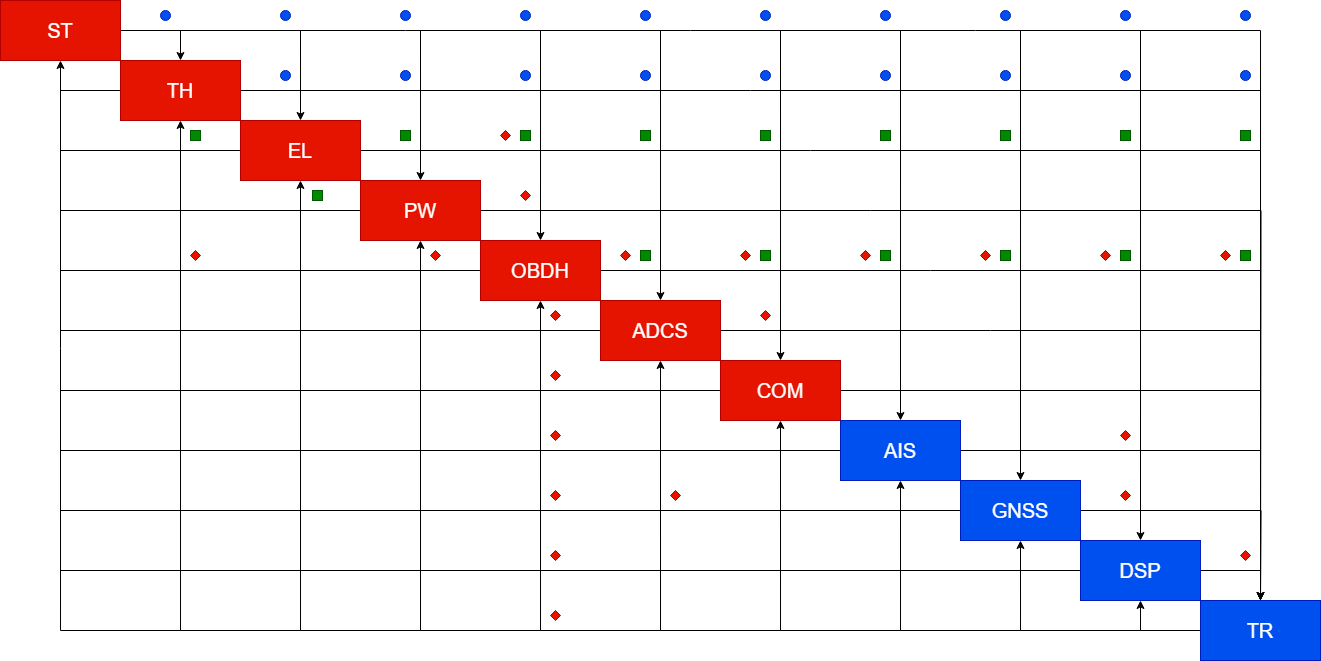
Above: interfaces.drawio.png in javijnb/LPRO_diagrams (draw.io), before the change. Source tidied: cells renumbered, new cells last; positions are measured from the earlier drawing's top-left corner, leaving out a move shared by most shapes.
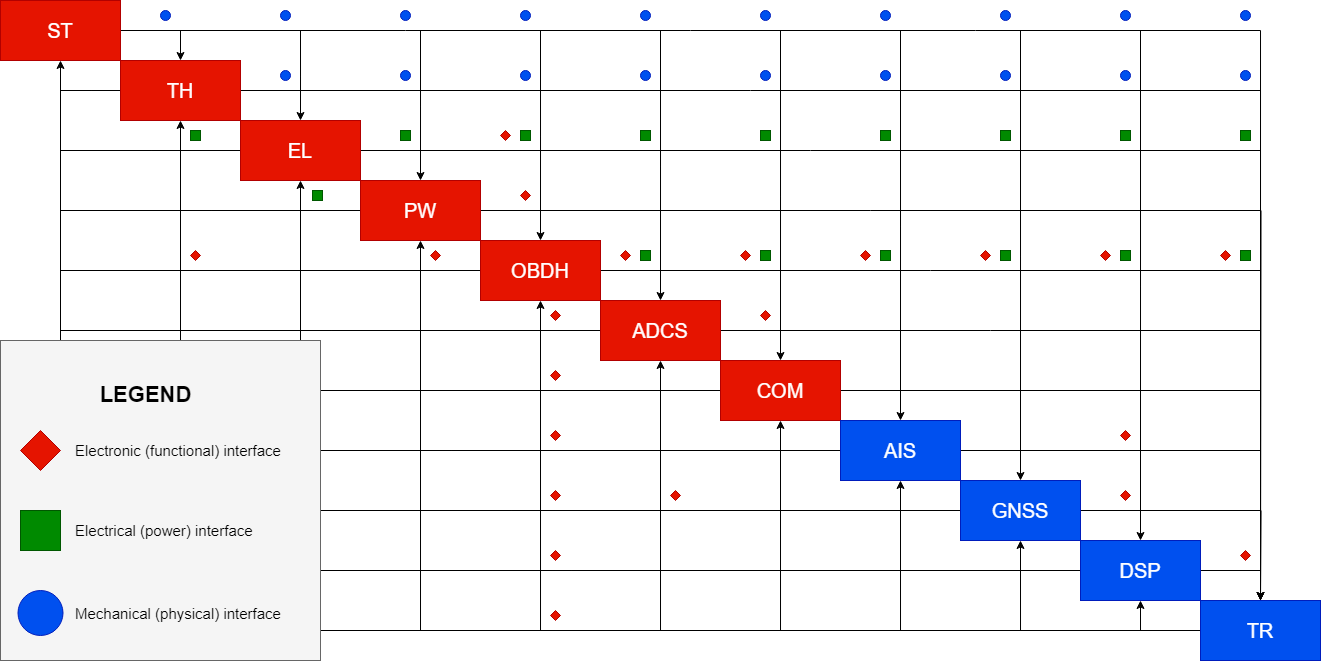
After the commit.

Diff of the diagram source:
```diff
@@ -357,5 +357,29 @@
     <mxCell id="106" style="whiteSpace=wrap;html=1;fillColor=#008a00;fontColor=#ffffff;strokeColor=#005700;" parent="1" vertex="1">
       <mxGeometry x="190" y="130" width="10" height="10" as="geometry" />
     </mxCell>
+    <mxCell id="107" style="whiteSpace=wrap;html=1;fillColor=#f5f5f5;fontColor=#333333;strokeColor=#666666;" parent="1" vertex="1">
+      <mxGeometry y="340" width="320" height="320" as="geometry" />
+    </mxCell>
+    <mxCell id="108" style="rhombus;whiteSpace=wrap;html=1;fillColor=#e51400;fontColor=#ffffff;strokeColor=#B20000;rotation=90;" parent="1" vertex="1">
+      <mxGeometry x="20" y="430" width="40" height="40" as="geometry" />
+    </mxCell>
+    <mxCell id="109" style="whiteSpace=wrap;html=1;fillColor=#008a00;fontColor=#ffffff;strokeColor=#005700;" parent="1" vertex="1">
+      <mxGeometry x="20" y="510" width="40" height="40" as="geometry" />
+    </mxCell>
+    <mxCell id="110" style="ellipse;whiteSpace=wrap;html=1;fillColor=#0050ef;fontColor=#ffffff;strokeColor=#001DBC;" parent="1" vertex="1">
+      <mxGeometry x="17.5" y="590" width="45" height="45" as="geometry" />
+    </mxCell>
+    <mxCell id="111" value="&lt;font style=&quot;font-size: 22px;&quot;&gt;&lt;b&gt;LEGEND&lt;/b&gt;&lt;/font&gt;" style="text;html=1;strokeColor=none;fillColor=none;align=center;verticalAlign=middle;whiteSpace=wrap;rounded=0;" parent="1" vertex="1">
+      <mxGeometry x="72.5" y="380" width="145" height="30" as="geometry" />
+    </mxCell>
+    <mxCell id="112" value="&lt;font style=&quot;font-size: 15px;&quot;&gt;Electronic (functional) interface&lt;/font&gt;" style="text;html=1;strokeColor=none;fillColor=none;align=left;verticalAlign=middle;whiteSpace=wrap;rounded=0;" parent="1" vertex="1">
+      <mxGeometry x="72.5" y="435" width="217.5" height="30" as="geometry" />
+    </mxCell>
+    <mxCell id="113" value="&lt;font style=&quot;font-size: 15px;&quot;&gt;Electrical (power) interface&lt;/font&gt;" style="text;html=1;strokeColor=none;fillColor=none;align=left;verticalAlign=middle;whiteSpace=wrap;rounded=0;" parent="1" vertex="1">
+      <mxGeometry x="72.5" y="515" width="180" height="30" as="geometry" />
+    </mxCell>
+    <mxCell id="114" value="&lt;font style=&quot;font-size: 15px;&quot;&gt;Mechanical (physical) interface&lt;/font&gt;" style="text;html=1;strokeColor=none;fillColor=none;align=left;verticalAlign=middle;whiteSpace=wrap;rounded=0;" parent="1" vertex="1">
+      <mxGeometry x="72.5" y="597.5" width="207.5" height="30" as="geometry" />
+    </mxCell>
   </root>
 </mxGraphModel>
```
